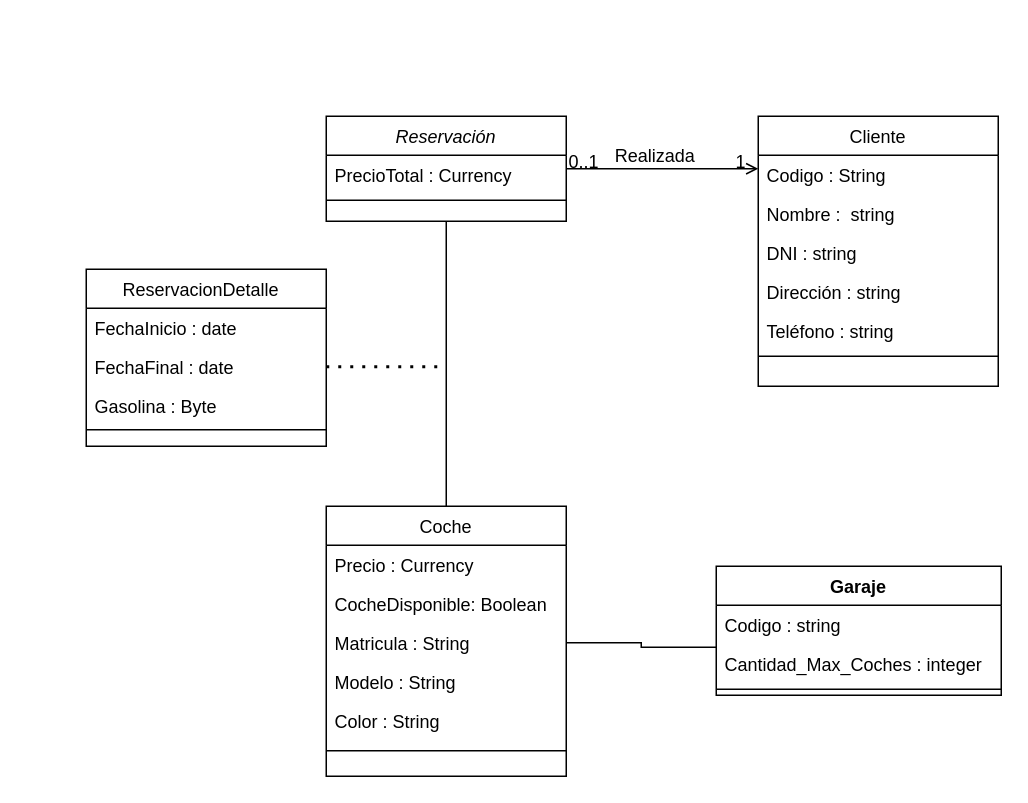
Above: Untitled Diagram.drawio in DrunkedOwl/DrunkedOwl (draw.io), before the change. Source tidied: cells renumbered, new cells numbered last; positions are measured from the earlier drawing's top-left corner, leaving out a move shared by most shapes. Both pictures are drawn from the tidied source at 150%, with x=0, y=0 at pixel (86, 116).
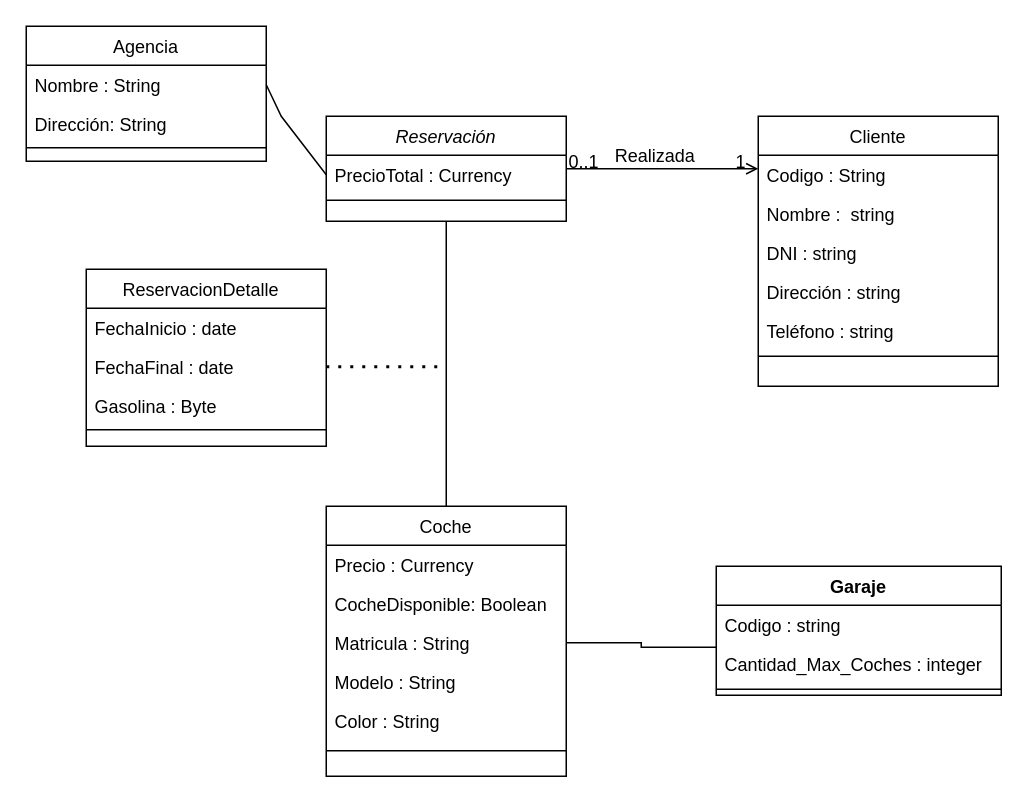
The same diagram, later.

Unchanged cells that the change refers to:
```xml
<mxCell id="3" value="PrecioTotal : Currency" style="text;align=left;verticalAlign=top;spacingLeft=4;spacingRight=4;overflow=hidden;points=[[0,0.5],[1,0.5]];portConstraint=eastwest;" parent="2" vertex="1">
  <mxGeometry y="26" width="160" height="26" as="geometry" />
</mxCell>
```

What changed in the source:
```diff
@@
+    <mxCell id="35" value="Agencia" style="swimlane;fontStyle=0;align=center;verticalAlign=top;horizontal=1;startSize=26;rounded=0;shadow=0;strokeWidth=1;" parent="1" vertex="1">
+      <mxGeometry x="-40" y="-60" width="160" height="90" as="geometry" />
+    </mxCell>
+    <mxCell id="36" value="Nombre : String" style="text;align=left;verticalAlign=top;spacingLeft=4;spacingRight=4;overflow=hidden;points=[[0,0.5],[1,0.5]];portConstraint=eastwest;" parent="35" vertex="1">
+      <mxGeometry y="26" width="160" height="26" as="geometry" />
+    </mxCell>
+    <mxCell id="37" value="Dirección: String" style="text;align=left;verticalAlign=top;spacingLeft=4;spacingRight=4;overflow=hidden;rounded=0;shadow=0;html=0;" parent="35" vertex="1">
+      <mxGeometry y="52" width="160" height="26" as="geometry" />
+    </mxCell>
+    <mxCell id="38" style="line;html=1;strokeWidth=1;align=left;verticalAlign=middle;spacingTop=-1;spacingLeft=3;spacingRight=3;labelPosition=right;" parent="35" vertex="1">
+      <mxGeometry y="78" width="160" height="6" as="geometry" />
+    </mxCell>
+    <mxCell id="39" style="endArrow=none;html=1;rounded=0;entryX=0;entryY=0.5;entryDx=0;entryDy=0;exitX=1;exitY=0.5;exitDx=0;exitDy=0;" parent="1" edge="1" source="36" target="3">
+      <mxGeometry relative="1" as="geometry">
+        <Array as="points">
+          <mxPoint x="130" />
+        </Array>
+      </mxGeometry>
+    </mxCell>
```
